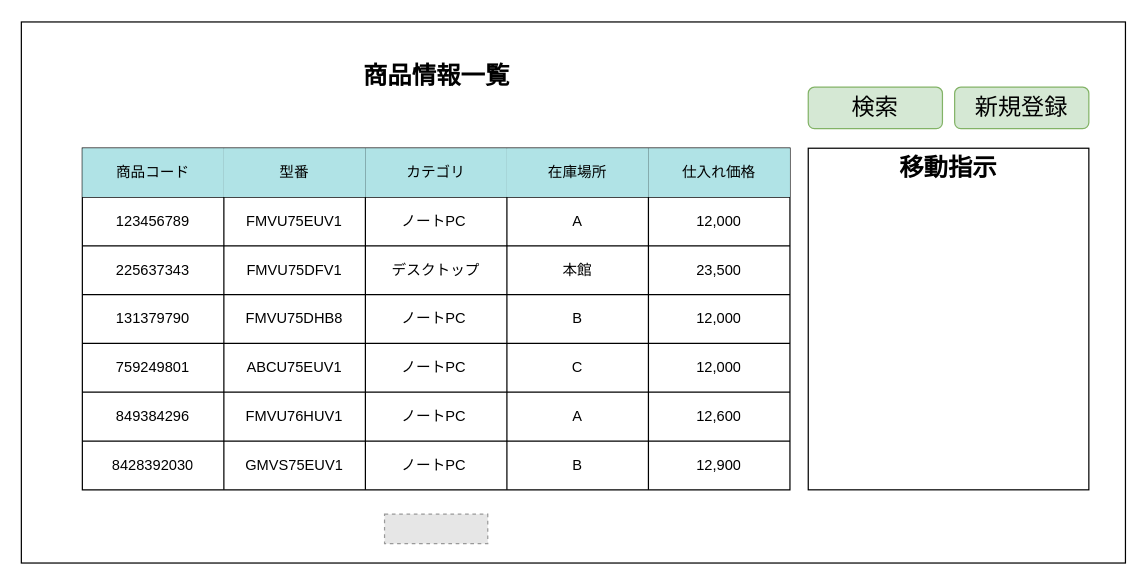
Before: page "S03-01 商品情報一覧" (1 of 4) of 各種設計書/6.画面設計書/S03_商品マスタ.drawio in HaruShim/Sotuken, a draw.io diagram. Source tidied: cells renumbered, new cells numbered last; positions are measured from the earlier drawing's top-left corner, leaving out a move shared by most shapes. Both pictures are drawn from the tidied source at 122%, with x=0, y=0 at pixel (21, 21). Pictures stored in the file or linked from it are replaced by grey dashed boxes.
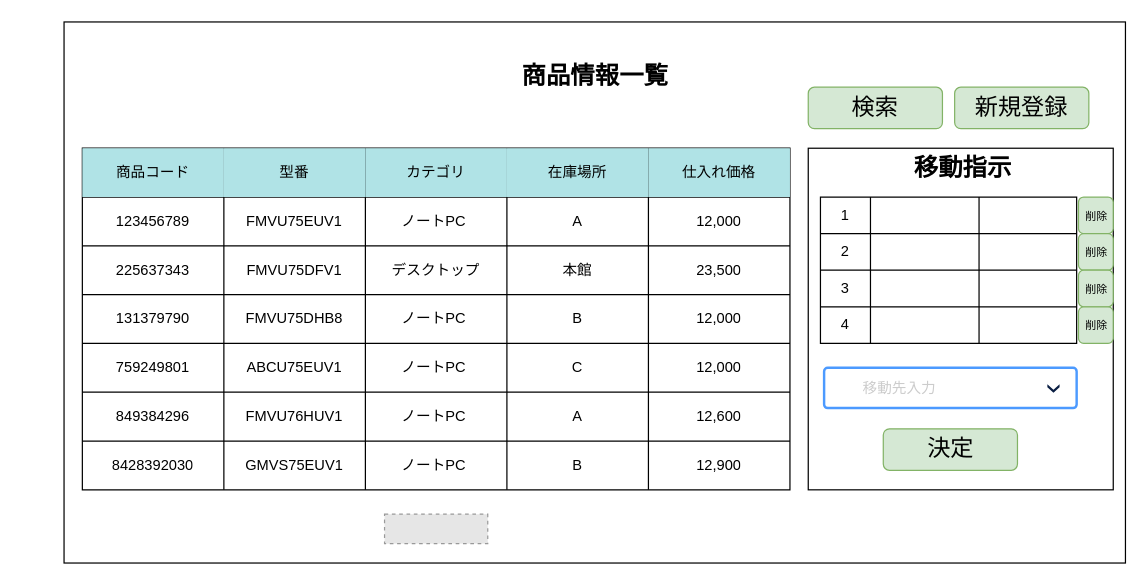
Above is the later version.

The edit, as a diff of the source:
```diff
@@
     <mxCell id="2" style="rounded=0;whiteSpace=wrap;html=1;" parent="1" vertex="1">
-      <mxGeometry y="0.5" width="905" height="443.5" as="geometry" />
+      <mxGeometry x="35" y="0.5" width="870" height="443.5" as="geometry" />
     </mxCell>
     <mxCell id="3" value="商品情報一覧" style="text;html=1;strokeColor=none;fillColor=none;align=center;verticalAlign=middle;whiteSpace=wrap;rounded=0;fontColor=default;fontStyle=1;fontSize=20;" parent="1" vertex="1">
-      <mxGeometry x="267.5" y="19" width="145" height="50" as="geometry" />
+      <mxGeometry x="397.5" y="19" width="145" height="50" as="geometry" />
     </mxCell>
@@
     <mxCell id="50" style="rounded=0;whiteSpace=wrap;html=1;" parent="1" vertex="1">
-      <mxGeometry x="645" y="104" width="230" height="280" as="geometry" />
+      <mxGeometry x="645" y="104" width="250" height="280" as="geometry" />
     </mxCell>
     <mxCell id="51" value="移動指示" style="text;html=1;strokeColor=none;fillColor=none;align=center;verticalAlign=middle;whiteSpace=wrap;rounded=0;fontColor=default;fontStyle=1;fontSize=20;" parent="1" vertex="1">
-      <mxGeometry x="696.2" y="104" width="127.5" height="30" as="geometry" />
+      <mxGeometry x="707.8" y="104" width="127.5" height="30" as="geometry" />
     </mxCell>
+    <mxCell id="52" style="shape=table;startSize=0;childLayout=tableLayout;" parent="1" vertex="1">
+      <mxGeometry x="655" y="144" width="210" height="120" as="geometry" />
+    </mxCell>
+    <mxCell id="53" style="shape=partialRectangle;fillColor=none;top=0;left=0;bottom=0;right=0;" parent="52" vertex="1">
+      <mxGeometry width="210" height="30" as="geometry" />
+    </mxCell>
+    <mxCell id="54" value="1" style="shape=partialRectangle;html=1;whiteSpace=wrap;overflow=hidden;fillColor=none;top=0;left=0;bottom=0;right=0;" parent="53" vertex="1">
+      <mxGeometry width="41" height="30" as="geometry" />
+    </mxCell>
+    <mxCell id="55" style="shape=partialRectangle;html=1;whiteSpace=wrap;overflow=hidden;fillColor=none;top=0;left=0;bottom=0;right=0;" parent="53" vertex="1">
+      <mxGeometry x="41" width="89" height="30" as="geometry" />
+    </mxCell>
+    <mxCell id="56" style="shape=partialRectangle;html=1;whiteSpace=wrap;overflow=hidden;fillColor=none;top=0;left=0;bottom=0;right=0;" parent="53" vertex="1">
+      <mxGeometry x="130" width="80" height="30" as="geometry" />
+    </mxCell>
+    <mxCell id="57" style="shape=partialRectangle;fillColor=none;top=0;left=0;bottom=0;right=0;" parent="52" vertex="1">
+      <mxGeometry y="30" width="210" height="30" as="geometry" />
+    </mxCell>
+    <mxCell id="58" value="2" style="shape=partialRectangle;html=1;whiteSpace=wrap;overflow=hidden;fillColor=none;top=0;left=0;bottom=0;right=0;" parent="57" vertex="1">
+      <mxGeometry width="41" height="30" as="geometry" />
+    </mxCell>
+    <mxCell id="59" style="shape=partialRectangle;html=1;whiteSpace=wrap;overflow=hidden;fillColor=none;top=0;left=0;bottom=0;right=0;" parent="57" vertex="1">
+      <mxGeometry x="41" width="89" height="30" as="geometry" />
+    </mxCell>
+    <mxCell id="60" style="shape=partialRectangle;html=1;whiteSpace=wrap;overflow=hidden;fillColor=none;top=0;left=0;bottom=0;right=0;" parent="57" vertex="1">
+      <mxGeometry x="130" width="80" height="30" as="geometry" />
+    </mxCell>
+    <mxCell id="61" style="shape=partialRectangle;fillColor=none;top=0;left=0;bottom=0;right=0;" parent="52" vertex="1">
+      <mxGeometry y="60" width="210" height="30" as="geometry" />
+    </mxCell>
+    <mxCell id="62" value="3" style="shape=partialRectangle;html=1;whiteSpace=wrap;overflow=hidden;fillColor=none;top=0;left=0;bottom=0;right=0;" parent="61" vertex="1">
+      <mxGeometry width="41" height="30" as="geometry" />
+    </mxCell>
+    <mxCell id="63" style="shape=partialRectangle;html=1;whiteSpace=wrap;overflow=hidden;fillColor=none;top=0;left=0;bottom=0;right=0;" parent="61" vertex="1">
+      <mxGeometry x="41" width="89" height="30" as="geometry" />
+    </mxCell>
+    <mxCell id="64" style="shape=partialRectangle;html=1;whiteSpace=wrap;overflow=hidden;fillColor=none;top=0;left=0;bottom=0;right=0;" parent="61" vertex="1">
+      <mxGeometry x="130" width="80" height="30" as="geometry" />
+    </mxCell>
+    <mxCell id="65" style="shape=partialRectangle;fillColor=none;top=0;left=0;bottom=0;right=0;" parent="52" vertex="1">
+      <mxGeometry y="90" width="210" height="30" as="geometry" />
+    </mxCell>
+    <mxCell id="66" value="4" style="shape=partialRectangle;html=1;whiteSpace=wrap;overflow=hidden;fillColor=none;top=0;left=0;bottom=0;right=0;" parent="65" vertex="1">
+      <mxGeometry width="41" height="30" as="geometry" />
+    </mxCell>
+    <mxCell id="67" style="shape=partialRectangle;html=1;whiteSpace=wrap;overflow=hidden;fillColor=none;top=0;left=0;bottom=0;right=0;" parent="65" vertex="1">
+      <mxGeometry x="41" width="89" height="30" as="geometry" />
+    </mxCell>
+    <mxCell id="68" style="shape=partialRectangle;html=1;whiteSpace=wrap;overflow=hidden;fillColor=none;top=0;left=0;bottom=0;right=0;" parent="65" vertex="1">
+      <mxGeometry x="130" width="80" height="30" as="geometry" />
+    </mxCell>
+    <mxCell id="69" value="&lt;font color=&quot;#cccccc&quot;&gt;移動先入力&lt;/font&gt;" style="rounded=1;arcSize=9;fillColor=#ffffff;strokeColor=#4C9AFF;html=1;strokeWidth=2;spacingLeft=30;fontColor=#000000;align=left;" parent="1" vertex="1">
+      <mxGeometry x="658" y="284" width="207" height="33" as="geometry" />
+    </mxCell>
+    <mxCell id="70" style="shape=step;whiteSpace=wrap;html=1;rounded=0;strokeColor=none;strokeWidth=2;fillColor=#0A1E43;gradientColor=none;fontFamily=Verdana;fontSize=14;fontColor=#000000;align=left;direction=south;size=0.65;" parent="69" vertex="1">
+      <mxGeometry x="1" y="0.5" width="10" height="7" relative="1" as="geometry">
+        <mxPoint x="-24" y="-3" as="offset" />
+      </mxGeometry>
+    </mxCell>
+    <mxCell id="71" value="&lt;span style=&quot;font-size: 19px&quot;&gt;決定&lt;/span&gt;" style="rounded=1;whiteSpace=wrap;html=1;align=center;labelBackgroundColor=none;fillColor=#d5e8d4;strokeColor=#82b366;" parent="1" vertex="1">
+      <mxGeometry x="706.5" y="334" width="110" height="34" as="geometry" />
+    </mxCell>
+    <mxCell id="72" value="&lt;font style=&quot;font-size: 9px&quot;&gt;削除&lt;/font&gt;" style="rounded=1;whiteSpace=wrap;html=1;align=center;labelBackgroundColor=none;fillColor=#d5e8d4;strokeColor=#82b366;" parent="1" vertex="1">
+      <mxGeometry x="866.5" y="144" width="28.5" height="30" as="geometry" />
+    </mxCell>
+    <mxCell id="73" value="&lt;font style=&quot;font-size: 9px&quot;&gt;削除&lt;/font&gt;" style="rounded=1;whiteSpace=wrap;html=1;align=center;labelBackgroundColor=none;fillColor=#d5e8d4;strokeColor=#82b366;" parent="1" vertex="1">
+      <mxGeometry x="866.5" y="174" width="28.5" height="30" as="geometry" />
+    </mxCell>
+    <mxCell id="74" value="&lt;font style=&quot;font-size: 9px&quot;&gt;削除&lt;/font&gt;" style="rounded=1;whiteSpace=wrap;html=1;align=center;labelBackgroundColor=none;fillColor=#d5e8d4;strokeColor=#82b366;" parent="1" vertex="1">
+      <mxGeometry x="866.5" y="204" width="28.5" height="30" as="geometry" />
+    </mxCell>
+    <mxCell id="75" value="&lt;font style=&quot;font-size: 9px&quot;&gt;削除&lt;/font&gt;" style="rounded=1;whiteSpace=wrap;html=1;align=center;labelBackgroundColor=none;fillColor=#d5e8d4;strokeColor=#82b366;" parent="1" vertex="1">
+      <mxGeometry x="866.5" y="234" width="28.5" height="30" as="geometry" />
+    </mxCell>
```
